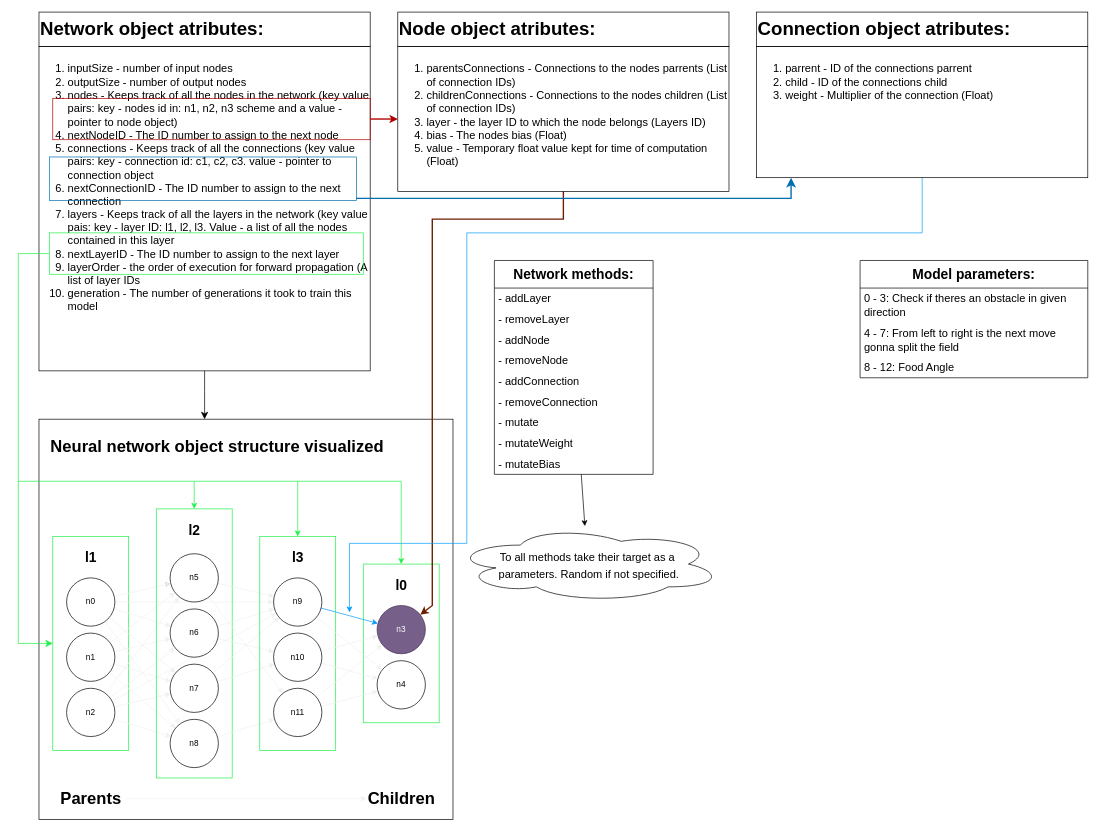
ErmitaVulpe/ai-plays-snake keeps this draw.io diagram as page "Seccond plan (attempt 4)" (2 of 2) of disign.drawio. Above is the earlier version. Source tidied: cells renumbered, new cells numbered last; positions are measured from the earlier drawing's top-left corner, leaving out a move shared by most shapes. Both pictures are drawn from the tidied source at 69%, with x=0, y=0 at pixel (18, 12).
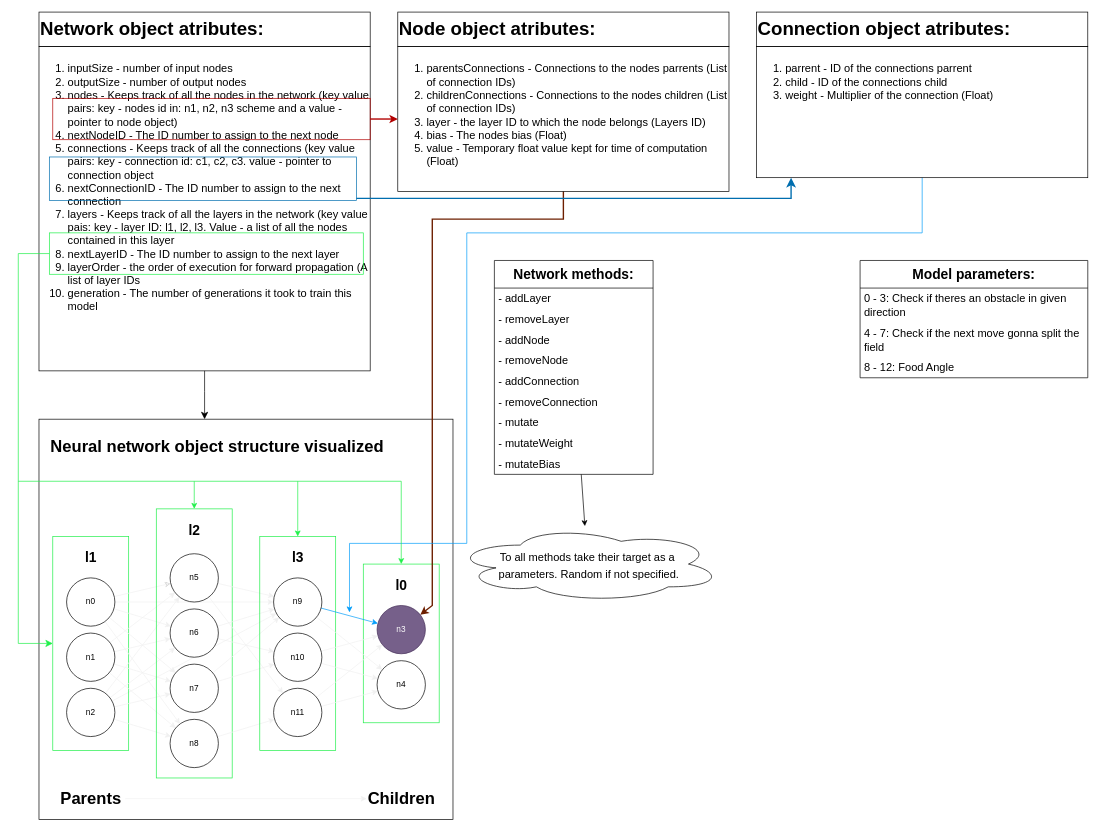
The same diagram, later.

The change refers to these unchanged cells:
```xml
<mxCell id="85" value="&lt;span style=&quot;font-size: 20px;&quot;&gt;&lt;b&gt;Model parameters:&lt;/b&gt;&lt;/span&gt;" style="swimlane;fontStyle=0;horizontal=1;startSize=40;whiteSpace=wrap;html=1;" parent="1" vertex="1">
  <mxGeometry x="1220" y="360" width="330" height="170" as="geometry" />
</mxCell>
```

Change to the diagram source:
```diff
@@
-    <mxCell id="87" value="4 - 7: From left to right is the next move gonna split the field" style="text;strokeColor=none;fillColor=none;align=left;verticalAlign=middle;spacingLeft=4;spacingRight=4;overflow=hidden;whiteSpace=wrap;html=1;fontSize=16;" parent="85" vertex="1">
+    <mxCell id="87" value="4 - 7: Check if the next move gonna split the field" style="text;strokeColor=none;fillColor=none;align=left;verticalAlign=middle;spacingLeft=4;spacingRight=4;overflow=hidden;whiteSpace=wrap;html=1;fontSize=16;" parent="85" vertex="1">
       <mxGeometry y="90" width="330" height="50" as="geometry" />
     </mxCell>
```
